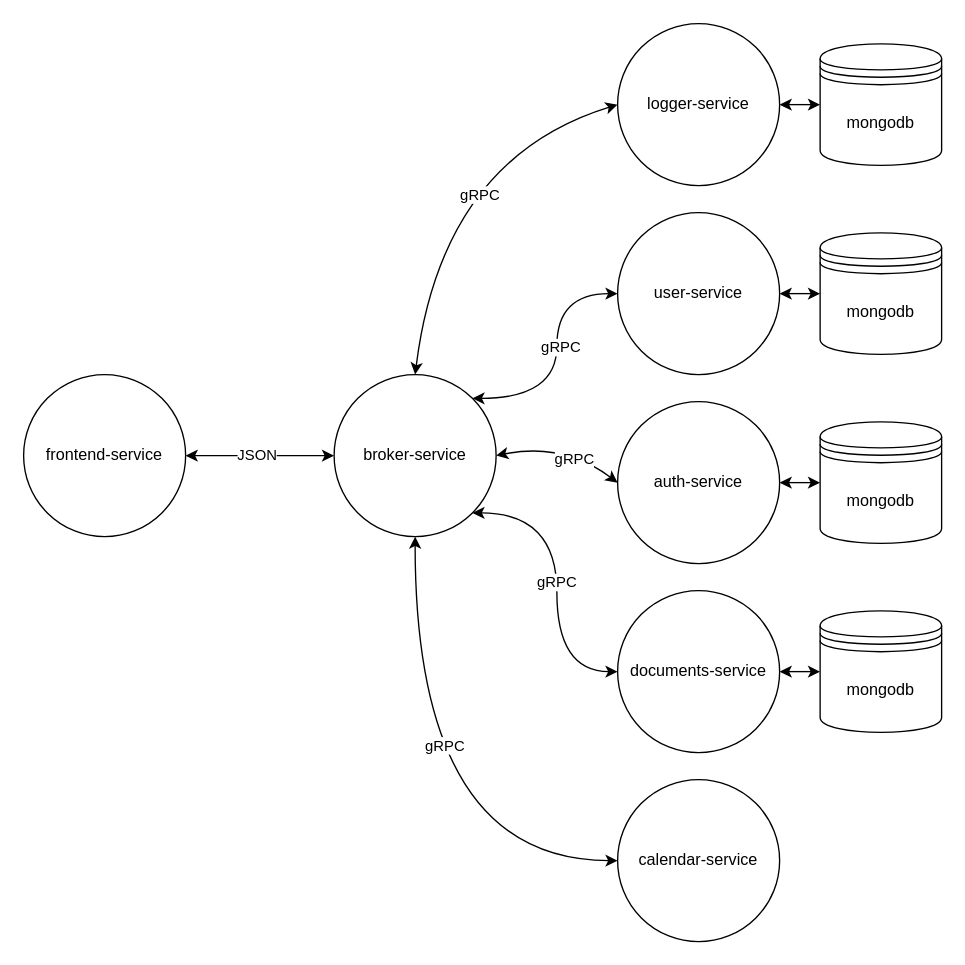
Before: docs/diagrams/services-diagram.drawio in samgozman/validity.red, a draw.io diagram. Source tidied: cells renumbered, new cells numbered last; positions are measured from the earlier drawing's top-left corner, leaving out a move shared by most shapes. Both pictures are drawn from the tidied source at 135%, with x=0, y=0 at pixel (23, 23).
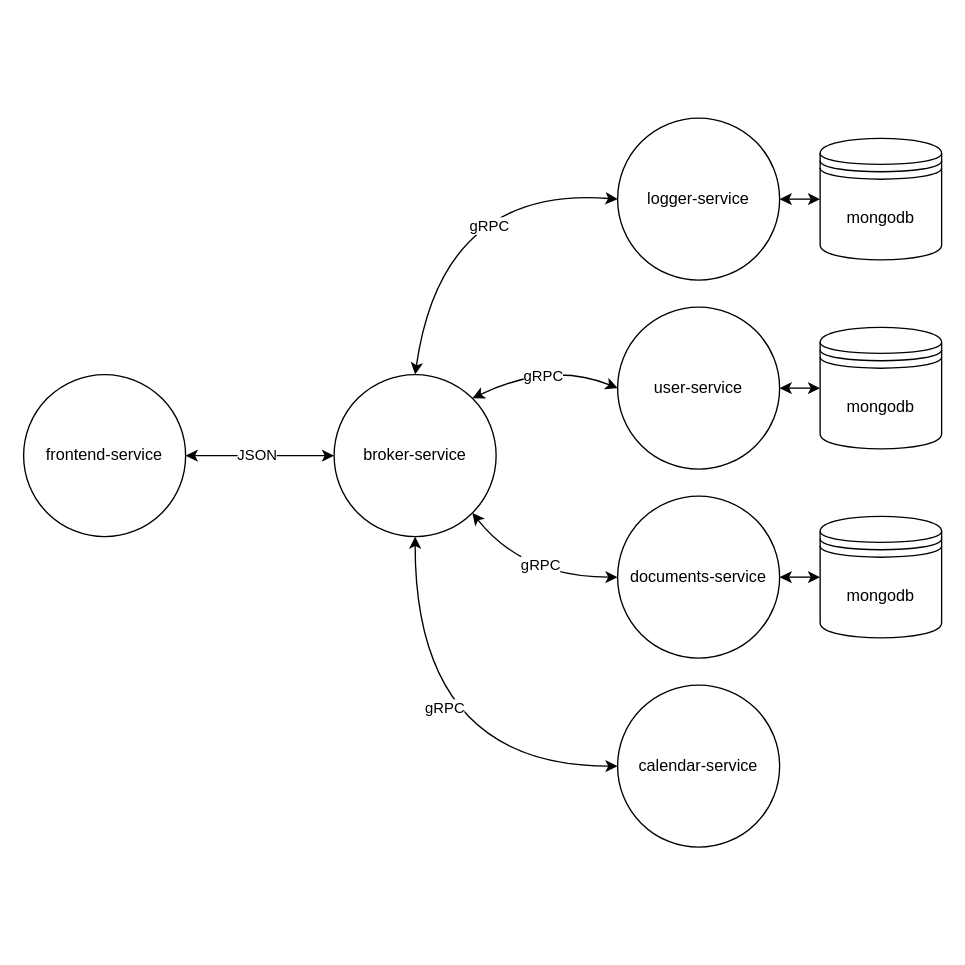
Above is the later version.

Commit message (it also covers changes not shown here):
Removed auth service from the schema

auth service will share functionality with user schema

The change refers to these unchanged cells:
```xml
<mxCell id="13" value="broker-service" style="ellipse;whiteSpace=wrap;html=1;" parent="1" vertex="1">
  <mxGeometry x="230" y="260" width="120" height="120" as="geometry" />
</mxCell>
```

Change to the diagram source:
```diff
@@
-    <mxCell id="5" style="edgeStyle=orthogonalEdgeStyle;jettySize=auto;html=1;exitX=1;exitY=0;exitDx=0;exitDy=0;entryX=0;entryY=0.5;entryDx=0;entryDy=0;startArrow=classic;startFill=1;curved=1;" parent="1" edge="1" source="13" target="15">
-      <mxGeometry relative="1" as="geometry" />
-    </mxCell>
-    <mxCell id="6" value="gRPC" style="edgeLabel;html=1;align=center;verticalAlign=middle;" parent="5" vertex="1">
-      <mxGeometry x="0.09" y="-2" relative="1" as="geometry" />
-    </mxCell>
-    <mxCell id="7" style="edgeStyle=none;jettySize=auto;html=1;exitX=1;exitY=0.5;exitDx=0;exitDy=0;entryX=0;entryY=0.5;entryDx=0;entryDy=0;startArrow=classic;startFill=1;curved=1;" parent="1" edge="1" source="13" target="17">
-      <mxGeometry relative="1" as="geometry">
-        <Array as="points">
-          <mxPoint x="400" y="310" />
-        </Array>
-      </mxGeometry>
-    </mxCell>
-    <mxCell id="8" value="gRPC" style="edgeLabel;html=1;align=center;verticalAlign=middle;" parent="7" vertex="1">
-      <mxGeometry x="0.29" y="-5" relative="1" as="geometry">
-        <mxPoint x="-1" as="offset" />
-      </mxGeometry>
-    </mxCell>
-    <mxCell id="9" style="edgeStyle=orthogonalEdgeStyle;curved=1;jettySize=auto;html=1;exitX=1;exitY=1;exitDx=0;exitDy=0;entryX=0;entryY=0.5;entryDx=0;entryDy=0;startArrow=classic;startFill=1;" parent="1" edge="1" source="13" target="19">
-      <mxGeometry relative="1" as="geometry" />
-    </mxCell>
-    <mxCell id="10" value="gRPC" style="edgeLabel;html=1;align=center;verticalAlign=middle;" parent="9" vertex="1">
-      <mxGeometry x="0.01" y="-1" relative="1" as="geometry" />
-    </mxCell>
@@
+    <mxCell id="9" style="edgeStyle=none;curved=1;sketch=0;jettySize=auto;html=1;exitX=1;exitY=1;exitDx=0;exitDy=0;entryX=0;entryY=0.5;entryDx=0;entryDy=0;shadow=0;startArrow=classic;startFill=1;strokeWidth=1;" parent="1" edge="1" source="13" target="19">
+      <mxGeometry relative="1" as="geometry">
+        <Array as="points">
+          <mxPoint x="370" y="410" />
+        </Array>
+      </mxGeometry>
+    </mxCell>
+    <mxCell id="29" value="gRPC" style="edgeLabel;html=1;align=center;verticalAlign=middle;" parent="9" vertex="1">
+      <mxGeometry x="0.12" y="-9" relative="1" as="geometry">
+        <mxPoint y="-19" as="offset" />
+      </mxGeometry>
+    </mxCell>
+    <mxCell id="5" style="edgeStyle=none;curved=1;sketch=0;jettySize=auto;html=1;exitX=1;exitY=0;exitDx=0;exitDy=0;entryX=0;entryY=0.5;entryDx=0;entryDy=0;shadow=0;startArrow=classic;startFill=1;strokeWidth=1;" parent="1" edge="1" source="13" target="15">
+      <mxGeometry relative="1" as="geometry">
+        <Array as="points">
+          <mxPoint x="390" y="250" />
+        </Array>
+      </mxGeometry>
+    </mxCell>
+    <mxCell id="30" value="gRPC" style="edgeLabel;html=1;align=center;verticalAlign=middle;" parent="5" vertex="1">
+      <mxGeometry x="-0.08" y="-8" relative="1" as="geometry">
+        <mxPoint y="-1" as="offset" />
+      </mxGeometry>
+    </mxCell>
@@
     <mxCell id="15" value="user-service" style="ellipse;whiteSpace=wrap;html=1;" parent="1" vertex="1">
-      <mxGeometry x="440" y="140" width="120" height="120" as="geometry" />
+      <mxGeometry x="440" y="210" width="120" height="120" as="geometry" />
     </mxCell>
-    <mxCell id="16" style="edgeStyle=none;curved=1;sketch=0;jettySize=auto;html=1;exitX=1;exitY=0.5;exitDx=0;exitDy=0;entryX=0;entryY=0.5;entryDx=0;entryDy=0;shadow=0;startArrow=classic;startFill=1;strokeWidth=1;" parent="1" edge="1" source="17" target="26">
-      <mxGeometry relative="1" as="geometry" />
-    </mxCell>
-    <mxCell id="17" value="auth-service" style="ellipse;whiteSpace=wrap;html=1;" parent="1" vertex="1">
-      <mxGeometry x="440" y="280" width="120" height="120" as="geometry" />
-    </mxCell>
@@
     <mxCell id="19" value="documents-service" style="ellipse;whiteSpace=wrap;html=1;" parent="1" vertex="1">
-      <mxGeometry x="440" y="420" width="120" height="120" as="geometry" />
+      <mxGeometry x="440" y="350" width="120" height="120" as="geometry" />
     </mxCell>
     <mxCell id="20" value="calendar-service" style="ellipse;whiteSpace=wrap;html=1;" parent="1" vertex="1">
-      <mxGeometry x="440" y="560" width="120" height="120" as="geometry" />
+      <mxGeometry x="440" y="490" width="120" height="120" as="geometry" />
     </mxCell>
@@
     <mxCell id="22" style="edgeStyle=none;curved=1;sketch=0;jettySize=auto;html=1;exitX=0;exitY=0.5;exitDx=0;exitDy=0;entryX=0.5;entryY=0;entryDx=0;entryDy=0;shadow=0;startArrow=classic;startFill=1;strokeWidth=1;" parent="1" edge="1" source="24" target="13">
       <mxGeometry relative="1" as="geometry">
         <Array as="points">
-          <mxPoint x="310" y="100" />
+          <mxPoint x="310" y="120" />
         </Array>
       </mxGeometry>
     </mxCell>
     <mxCell id="23" value="gRPC" style="edgeLabel;html=1;align=center;verticalAlign=middle;" parent="22" vertex="1">
-      <mxGeometry x="0.07" y="31" relative="1" as="geometry" />
+      <mxGeometry x="0.07" y="31" relative="1" as="geometry">
+        <mxPoint x="6" y="11" as="offset" />
+      </mxGeometry>
     </mxCell>
     <mxCell id="24" value="logger-service" style="ellipse;whiteSpace=wrap;html=1;" parent="1" vertex="1">
-      <mxGeometry x="440" width="120" height="120" as="geometry" />
+      <mxGeometry x="440" y="70" width="120" height="120" as="geometry" />
     </mxCell>
     <mxCell id="25" value="mongodb" style="shape=datastore;whiteSpace=wrap;html=1;" parent="1" vertex="1">
-      <mxGeometry x="590" y="435" width="90" height="90" as="geometry" />
+      <mxGeometry x="590" y="365" width="90" height="90" as="geometry" />
     </mxCell>
-    <mxCell id="26" value="mongodb" style="shape=datastore;whiteSpace=wrap;html=1;" parent="1" vertex="1">
-      <mxGeometry x="590" y="295" width="90" height="90" as="geometry" />
-    </mxCell>
     <mxCell id="27" value="mongodb" style="shape=datastore;whiteSpace=wrap;html=1;" parent="1" vertex="1">
-      <mxGeometry x="590" y="155" width="90" height="90" as="geometry" />
+      <mxGeometry x="590" y="225" width="90" height="90" as="geometry" />
     </mxCell>
     <mxCell id="28" value="mongodb" style="shape=datastore;whiteSpace=wrap;html=1;" parent="1" vertex="1">
-      <mxGeometry x="590" y="15" width="90" height="90" as="geometry" />
+      <mxGeometry x="590" y="85" width="90" height="90" as="geometry" />
     </mxCell>
```
